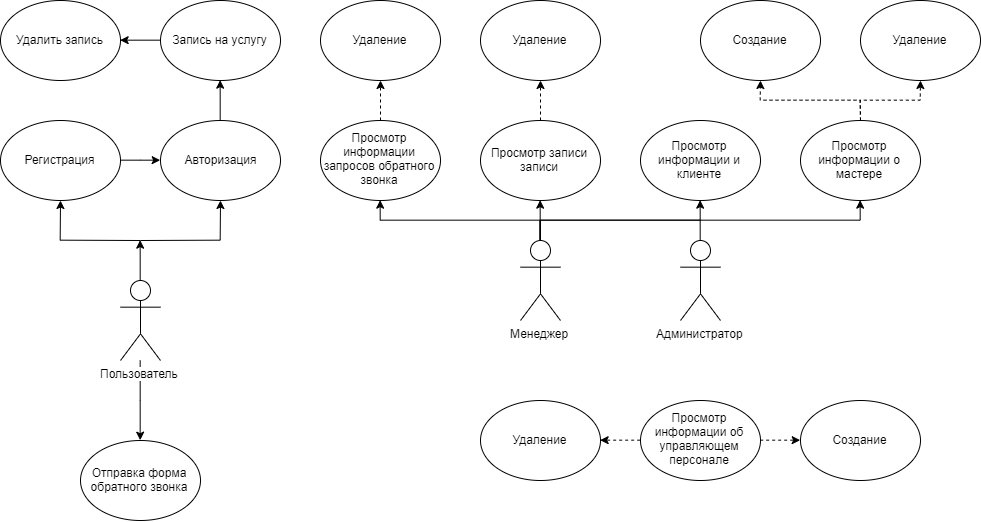
Before: Диаграммы/Use Case.png, a diagram exported from draw.io (AntonRakov/vkr). Source tidied: cells renumbered, new cells last; positions are measured from the earlier drawing's top-left corner, leaving out a move shared by most shapes. Its diagram source:
```xml
<mxGraphModel>
  <root>
    <mxCell id="0" />
    <mxCell id="1" parent="0" />
    <mxCell id="2" style="edgeStyle=orthogonalEdgeStyle;rounded=0;jettySize=auto;html=1;exitX=0.5;exitY=0;exitDx=0;exitDy=0;exitPerimeter=0;" parent="1" edge="1" target="15">
      <mxGeometry relative="1" as="geometry">
        <mxPoint x="140" y="240" as="sourcePoint" />
      </mxGeometry>
    </mxCell>
    <mxCell id="3" style="edgeStyle=orthogonalEdgeStyle;rounded=0;jettySize=auto;html=1;exitX=0.5;exitY=0;exitDx=0;exitDy=0;exitPerimeter=0;" parent="1" edge="1" target="17">
      <mxGeometry relative="1" as="geometry">
        <mxPoint x="140" y="240" as="sourcePoint" />
      </mxGeometry>
    </mxCell>
    <mxCell id="4" style="edgeStyle=orthogonalEdgeStyle;rounded=0;jettySize=auto;html=1;exitX=0.5;exitY=0;exitDx=0;exitDy=0;exitPerimeter=0;" parent="1" edge="1" source="6">
      <mxGeometry relative="1" as="geometry">
        <mxPoint x="140" y="240" as="targetPoint" />
      </mxGeometry>
    </mxCell>
    <mxCell id="5" style="edgeStyle=orthogonalEdgeStyle;rounded=0;jettySize=auto;html=1;entryX=0.5;entryY=0;entryDx=0;entryDy=0;" parent="1" edge="1" source="6" target="24">
      <mxGeometry relative="1" as="geometry" />
    </mxCell>
    <mxCell id="6" value="Пользователь" style="shape=umlActor;verticalLabelPosition=bottom;labelBackgroundColor=#ffffff;verticalAlign=top;html=1;outlineConnect=0;" parent="1" vertex="1">
      <mxGeometry x="120" y="280" width="40" height="80" as="geometry" />
    </mxCell>
    <mxCell id="7" style="edgeStyle=orthogonalEdgeStyle;rounded=0;jettySize=auto;html=1;exitX=0.5;exitY=0;exitDx=0;exitDy=0;exitPerimeter=0;entryX=0.5;entryY=1;entryDx=0;entryDy=0;" parent="1" edge="1" source="11" target="22">
      <mxGeometry relative="1" as="geometry" />
    </mxCell>
    <mxCell id="8" style="edgeStyle=orthogonalEdgeStyle;rounded=0;jettySize=auto;html=1;exitX=0.5;exitY=0;exitDx=0;exitDy=0;exitPerimeter=0;entryX=0.5;entryY=1;entryDx=0;entryDy=0;" parent="1" edge="1" source="11" target="26">
      <mxGeometry relative="1" as="geometry" />
    </mxCell>
    <mxCell id="9" style="edgeStyle=orthogonalEdgeStyle;rounded=0;jettySize=auto;html=1;exitX=0.5;exitY=0;exitDx=0;exitDy=0;exitPerimeter=0;entryX=0.5;entryY=1;entryDx=0;entryDy=0;" parent="1" edge="1" source="11" target="28">
      <mxGeometry relative="1" as="geometry" />
    </mxCell>
    <mxCell id="10" style="edgeStyle=orthogonalEdgeStyle;rounded=0;jettySize=auto;html=1;exitX=0.5;exitY=0;exitDx=0;exitDy=0;exitPerimeter=0;entryX=0.5;entryY=1;entryDx=0;entryDy=0;" parent="1" edge="1" source="11" target="31">
      <mxGeometry relative="1" as="geometry" />
    </mxCell>
    <mxCell id="11" value="Менеджер" style="shape=umlActor;verticalLabelPosition=bottom;labelBackgroundColor=#ffffff;verticalAlign=top;html=1;outlineConnect=0;" parent="1" vertex="1">
      <mxGeometry x="520" y="240" width="40" height="80" as="geometry" />
    </mxCell>
    <mxCell id="12" style="edgeStyle=orthogonalEdgeStyle;rounded=0;jettySize=auto;html=1;exitX=0.5;exitY=0;exitDx=0;exitDy=0;exitPerimeter=0;endArrow=none;endFill=0;" parent="1" edge="1" source="13">
      <mxGeometry relative="1" as="geometry">
        <mxPoint x="700" y="220" as="targetPoint" />
      </mxGeometry>
    </mxCell>
    <mxCell id="13" value="Администратор" style="shape=umlActor;verticalLabelPosition=bottom;labelBackgroundColor=#ffffff;verticalAlign=top;html=1;outlineConnect=0;" parent="1" vertex="1">
      <mxGeometry x="680" y="240" width="40" height="80" as="geometry" />
    </mxCell>
    <mxCell id="14" style="edgeStyle=orthogonalEdgeStyle;rounded=0;jettySize=auto;html=1;entryX=0;entryY=0.5;entryDx=0;entryDy=0;" parent="1" edge="1" source="15" target="17">
      <mxGeometry relative="1" as="geometry" />
    </mxCell>
    <mxCell id="15" value="Регистрация" style="ellipse;whiteSpace=wrap;html=1;" parent="1" vertex="1">
      <mxGeometry y="120" width="120" height="80" as="geometry" />
    </mxCell>
    <mxCell id="16" style="edgeStyle=orthogonalEdgeStyle;rounded=0;jettySize=auto;html=1;exitX=0.5;exitY=0;exitDx=0;exitDy=0;entryX=0.5;entryY=1;entryDx=0;entryDy=0;" parent="1" edge="1" source="17" target="19">
      <mxGeometry relative="1" as="geometry" />
    </mxCell>
    <mxCell id="17" value="Авторизация" style="ellipse;whiteSpace=wrap;html=1;" parent="1" vertex="1">
      <mxGeometry x="160" y="120" width="120" height="80" as="geometry" />
    </mxCell>
    <mxCell id="18" style="edgeStyle=orthogonalEdgeStyle;rounded=0;jettySize=auto;html=1;exitX=0;exitY=0.5;exitDx=0;exitDy=0;entryX=1;entryY=0.5;entryDx=0;entryDy=0;" parent="1" edge="1" source="19" target="20">
      <mxGeometry relative="1" as="geometry" />
    </mxCell>
    <mxCell id="19" value="Запись на услугу" style="ellipse;whiteSpace=wrap;html=1;" parent="1" vertex="1">
      <mxGeometry x="160" width="120" height="80" as="geometry" />
    </mxCell>
    <mxCell id="20" value="Удалить запись" style="ellipse;whiteSpace=wrap;html=1;" parent="1" vertex="1">
      <mxGeometry width="120" height="80" as="geometry" />
    </mxCell>
    <mxCell id="21" style="edgeStyle=orthogonalEdgeStyle;rounded=0;jettySize=auto;html=1;dashed=1;" parent="1" edge="1" source="22" target="23">
      <mxGeometry relative="1" as="geometry" />
    </mxCell>
    <mxCell id="22" value="Просмотр информации запросов обратного звонка" style="ellipse;whiteSpace=wrap;html=1;" parent="1" vertex="1">
      <mxGeometry x="320" y="120" width="120" height="80" as="geometry" />
    </mxCell>
    <mxCell id="23" value="Удаление" style="ellipse;whiteSpace=wrap;html=1;" parent="1" vertex="1">
      <mxGeometry x="320" width="120" height="80" as="geometry" />
    </mxCell>
    <mxCell id="24" value="Отправка форма обратного звонка" style="ellipse;whiteSpace=wrap;html=1;" parent="1" vertex="1">
      <mxGeometry x="80" y="440" width="120" height="80" as="geometry" />
    </mxCell>
    <mxCell id="25" style="edgeStyle=orthogonalEdgeStyle;rounded=0;jettySize=auto;html=1;dashed=1;" parent="1" edge="1" source="26" target="27">
      <mxGeometry relative="1" as="geometry" />
    </mxCell>
    <mxCell id="26" value="Просмотр записи записи" style="ellipse;whiteSpace=wrap;html=1;" parent="1" vertex="1">
      <mxGeometry x="480" y="120" width="120" height="80" as="geometry" />
    </mxCell>
    <mxCell id="27" value="Удаление" style="ellipse;whiteSpace=wrap;html=1;" parent="1" vertex="1">
      <mxGeometry x="480" width="120" height="80" as="geometry" />
    </mxCell>
    <mxCell id="28" value="Просмотр информации и клиенте" style="ellipse;whiteSpace=wrap;html=1;" parent="1" vertex="1">
      <mxGeometry x="640" y="120" width="120" height="80" as="geometry" />
    </mxCell>
    <mxCell id="29" style="edgeStyle=orthogonalEdgeStyle;rounded=0;jettySize=auto;html=1;dashed=1;" parent="1" edge="1" source="31" target="33">
      <mxGeometry relative="1" as="geometry" />
    </mxCell>
    <mxCell id="30" style="edgeStyle=orthogonalEdgeStyle;rounded=0;jettySize=auto;html=1;dashed=1;" parent="1" edge="1" source="31" target="32">
      <mxGeometry relative="1" as="geometry" />
    </mxCell>
    <mxCell id="31" value="Просмотр информации о мастере" style="ellipse;whiteSpace=wrap;html=1;" parent="1" vertex="1">
      <mxGeometry x="800" y="120" width="120" height="80" as="geometry" />
    </mxCell>
    <mxCell id="32" value="Удаление" style="ellipse;whiteSpace=wrap;html=1;" parent="1" vertex="1">
      <mxGeometry x="860" width="120" height="80" as="geometry" />
    </mxCell>
    <mxCell id="33" value="Создание" style="ellipse;whiteSpace=wrap;html=1;" parent="1" vertex="1">
      <mxGeometry x="700" width="120" height="80" as="geometry" />
    </mxCell>
    <mxCell id="34" value="Удаление" style="ellipse;whiteSpace=wrap;html=1;" parent="1" vertex="1">
      <mxGeometry x="480" y="400" width="120" height="80" as="geometry" />
    </mxCell>
    <mxCell id="35" style="edgeStyle=orthogonalEdgeStyle;rounded=0;jettySize=auto;html=1;exitX=1;exitY=0.5;exitDx=0;exitDy=0;entryX=0;entryY=0.5;entryDx=0;entryDy=0;endArrow=classic;endFill=1;dashed=1;" parent="1" edge="1" source="37" target="38">
      <mxGeometry relative="1" as="geometry" />
    </mxCell>
    <mxCell id="36" style="edgeStyle=orthogonalEdgeStyle;rounded=0;jettySize=auto;html=1;exitX=0;exitY=0.5;exitDx=0;exitDy=0;entryX=1;entryY=0.5;entryDx=0;entryDy=0;dashed=1;endArrow=classic;endFill=1;" parent="1" edge="1" source="37" target="34">
      <mxGeometry relative="1" as="geometry" />
    </mxCell>
    <mxCell id="37" value="Просмотр информации об управляющем персонале" style="ellipse;whiteSpace=wrap;html=1;" parent="1" vertex="1">
      <mxGeometry x="640" y="400" width="120" height="80" as="geometry" />
    </mxCell>
    <mxCell id="38" value="Создание" style="ellipse;whiteSpace=wrap;html=1;" parent="1" vertex="1">
      <mxGeometry x="800" y="400" width="120" height="80" as="geometry" />
    </mxCell>
  </root>
</mxGraphModel>
```
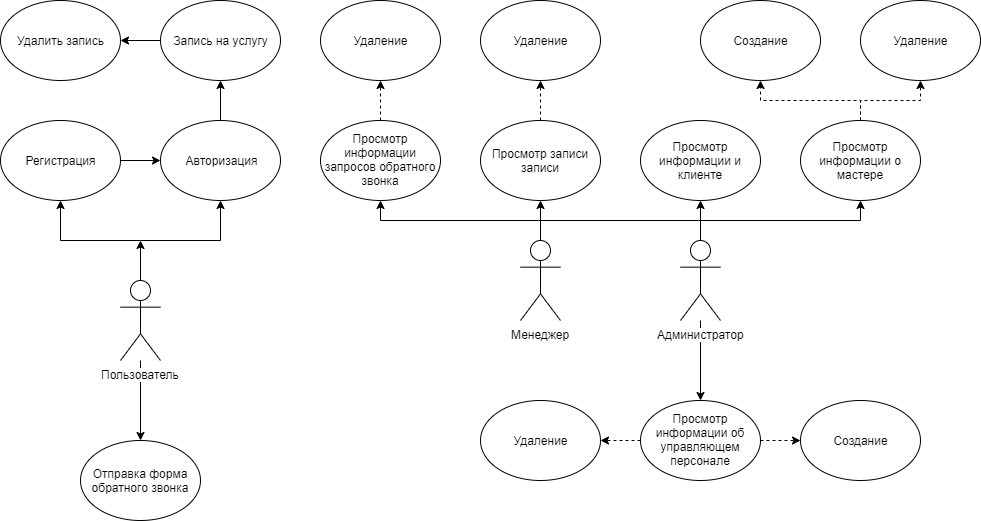
The same diagram one commit later.

What changed in the source:
```diff
@@ -43,6 +43,9 @@
         <mxPoint x="700" y="220" as="targetPoint" />
       </mxGeometry>
     </mxCell>
+    <mxCell id="39" style="edgeStyle=orthogonalEdgeStyle;rounded=0;jettySize=auto;html=1;entryX=0.5;entryY=0;entryDx=0;entryDy=0;" parent="1" edge="1" source="13" target="37">
+      <mxGeometry relative="1" as="geometry" />
+    </mxCell>
     <mxCell id="13" value="Администратор" style="shape=umlActor;verticalLabelPosition=bottom;labelBackgroundColor=#ffffff;verticalAlign=top;html=1;outlineConnect=0;" parent="1" vertex="1">
       <mxGeometry x="680" y="240" width="40" height="80" as="geometry" />
     </mxCell>
```
